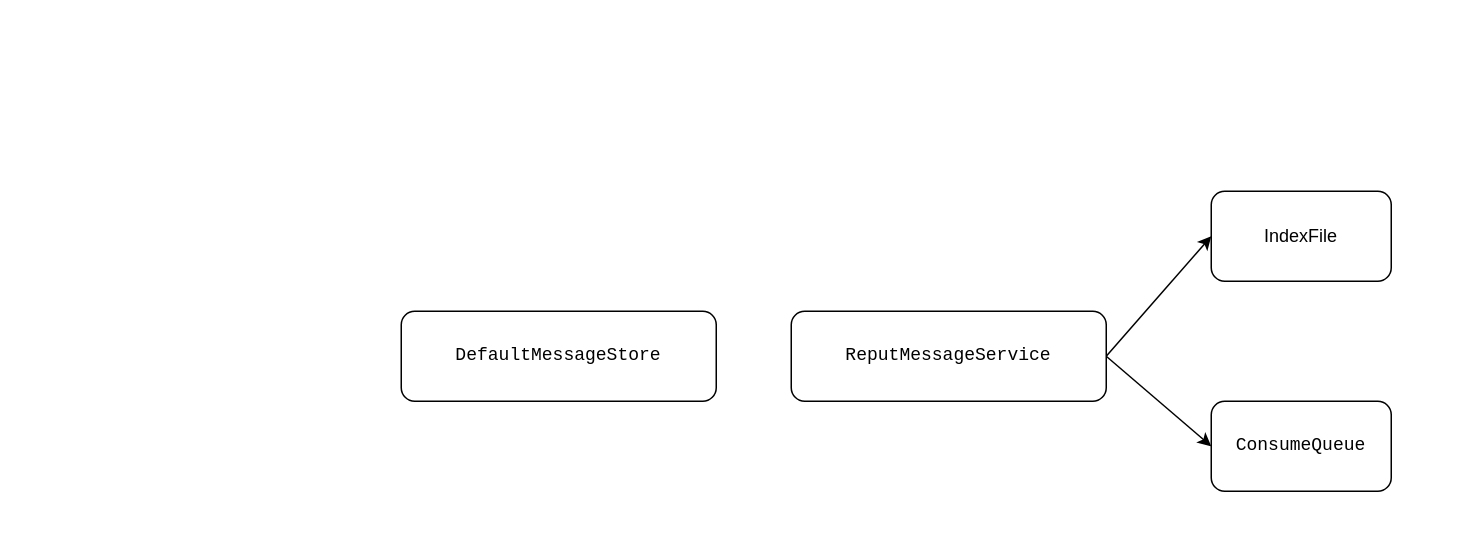
Earlier version of the draw.io diagram rocketmq/broker消息存储流程.drawio (erlieStar/diagrams). Source tidied: cells renumbered, new cells numbered last; positions are measured from the earlier drawing's top-left corner, leaving out a move shared by most shapes. Both pictures are drawn from the tidied source at 150%, with x=0, y=0 at pixel (400, 190).
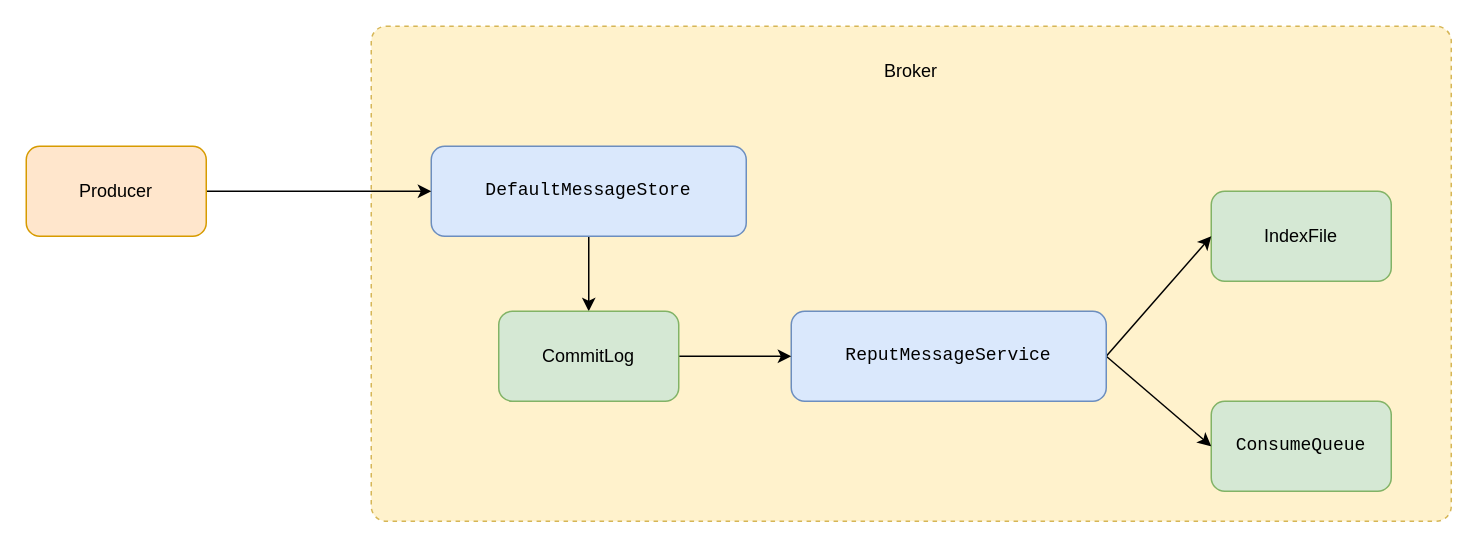
The same diagram, later.

Commit message:
Update broker消息存储流程.drawio

Change to the diagram source:
```diff
@@
 <mxGraphModel>
   <root>
     <mxCell id="0" />
     <mxCell id="1" parent="0" />
+    <mxCell id="8" style="html=1;align=center;verticalAlign=top;rounded=1;absoluteArcSize=1;arcSize=20;dashed=1;fillColor=#fff2cc;strokeColor=#d6b656;" parent="1" vertex="1">
+      <mxGeometry x="-20" y="-110" width="720" height="330" as="geometry" />
+    </mxCell>
-    <mxCell id="2" value="IndexFile" style="rounded=1;whiteSpace=wrap;html=1;" parent="1" vertex="1">
+    <mxCell id="2" value="IndexFile" style="rounded=1;whiteSpace=wrap;html=1;fillColor=#d5e8d4;strokeColor=#82b366;" parent="1" vertex="1">
       <mxGeometry x="540" width="120" height="60" as="geometry" />
     </mxCell>
-    <mxCell id="3" value="&lt;pre&gt;ConsumeQueue&lt;/pre&gt;" style="rounded=1;whiteSpace=wrap;html=1;" parent="1" vertex="1">
+    <mxCell id="3" value="&lt;pre&gt;ConsumeQueue&lt;/pre&gt;" style="rounded=1;whiteSpace=wrap;html=1;fillColor=#d5e8d4;strokeColor=#82b366;" parent="1" vertex="1">
       <mxGeometry x="540" y="140" width="120" height="60" as="geometry" />
     </mxCell>
+    <mxCell id="9" style="edgeStyle=orthogonalEdgeStyle;rounded=0;jettySize=auto;html=1;exitX=0.5;exitY=1;exitDx=0;exitDy=0;" parent="1" edge="1" source="4" target="13">
+      <mxGeometry relative="1" as="geometry" />
+    </mxCell>
-    <mxCell id="4" value="&lt;pre&gt;DefaultMessageStore&lt;/pre&gt;" style="rounded=1;whiteSpace=wrap;html=1;" parent="1" vertex="1">
-      <mxGeometry y="80" width="210" height="60" as="geometry" />
+    <mxCell id="4" value="&lt;pre&gt;DefaultMessageStore&lt;/pre&gt;" style="rounded=1;whiteSpace=wrap;html=1;fillColor=#dae8fc;strokeColor=#6c8ebf;" parent="1" vertex="1">
+      <mxGeometry x="20" y="-30" width="210" height="60" as="geometry" />
     </mxCell>
     <mxCell id="5" style="rounded=0;jettySize=auto;html=1;exitX=1;exitY=0.5;exitDx=0;exitDy=0;entryX=0;entryY=0.5;entryDx=0;entryDy=0;" parent="1" edge="1" source="7" target="2">
       <mxGeometry relative="1" as="geometry" />
     </mxCell>
     <mxCell id="6" style="rounded=0;jettySize=auto;html=1;exitX=1;exitY=0.5;exitDx=0;exitDy=0;entryX=0;entryY=0.5;entryDx=0;entryDy=0;" parent="1" edge="1" source="7" target="3">
       <mxGeometry relative="1" as="geometry" />
     </mxCell>
-    <mxCell id="7" value="&lt;pre&gt;&lt;pre&gt;ReputMessageService&lt;/pre&gt;&lt;/pre&gt;" style="rounded=1;whiteSpace=wrap;html=1;" parent="1" vertex="1">
+    <mxCell id="7" value="&lt;pre&gt;&lt;pre&gt;ReputMessageService&lt;/pre&gt;&lt;/pre&gt;" style="rounded=1;whiteSpace=wrap;html=1;fillColor=#dae8fc;strokeColor=#6c8ebf;" parent="1" vertex="1">
       <mxGeometry x="260" y="80" width="210" height="60" as="geometry" />
     </mxCell>
+    <mxCell id="10" style="edgeStyle=orthogonalEdgeStyle;rounded=0;jettySize=auto;html=1;exitX=1;exitY=0.5;exitDx=0;exitDy=0;" parent="1" edge="1" source="11" target="4">
+      <mxGeometry relative="1" as="geometry" />
+    </mxCell>
+    <mxCell id="11" value="Producer" style="rounded=1;whiteSpace=wrap;html=1;fillColor=#ffe6cc;strokeColor=#d79b00;" parent="1" vertex="1">
+      <mxGeometry x="-250" y="-30" width="120" height="60" as="geometry" />
+    </mxCell>
+    <mxCell id="12" style="edgeStyle=orthogonalEdgeStyle;rounded=0;jettySize=auto;html=1;exitX=1;exitY=0.5;exitDx=0;exitDy=0;entryX=0;entryY=0.5;entryDx=0;entryDy=0;" parent="1" edge="1" source="13" target="7">
+      <mxGeometry relative="1" as="geometry" />
+    </mxCell>
+    <mxCell id="13" value="CommitLog" style="rounded=1;whiteSpace=wrap;html=1;fillColor=#d5e8d4;strokeColor=#82b366;" parent="1" vertex="1">
+      <mxGeometry x="65" y="80" width="120" height="60" as="geometry" />
+    </mxCell>
+    <mxCell id="14" value="Broker" style="text;html=1;strokeColor=none;fillColor=none;align=center;verticalAlign=middle;whiteSpace=wrap;rounded=0;" parent="1" vertex="1">
+      <mxGeometry x="320" y="-90" width="40" height="20" as="geometry" />
+    </mxCell>
   </root>
 </mxGraphModel>
```
